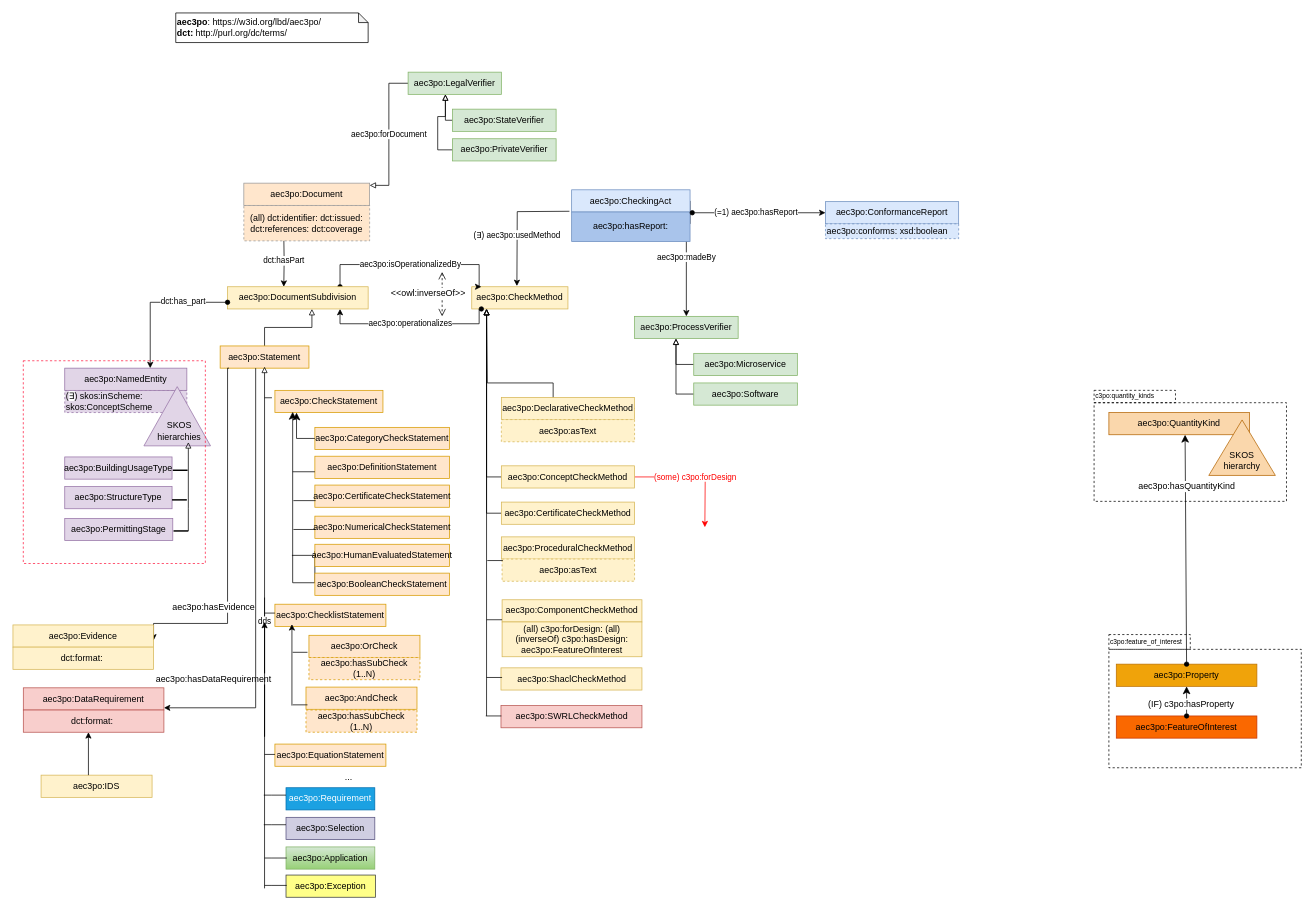
The draw.io diagram page "aec3po" (1 of 14) of resources/aec3po.drawio in Accord-Project/aec3po, before the edit. Source tidied: cells renumbered, new cells numbered last; positions are measured from the earlier drawing's top-left corner, leaving out a move shared by most shapes. Both pictures are drawn from the tidied source at 74%, with x=0, y=0 at pixel (13, 13).
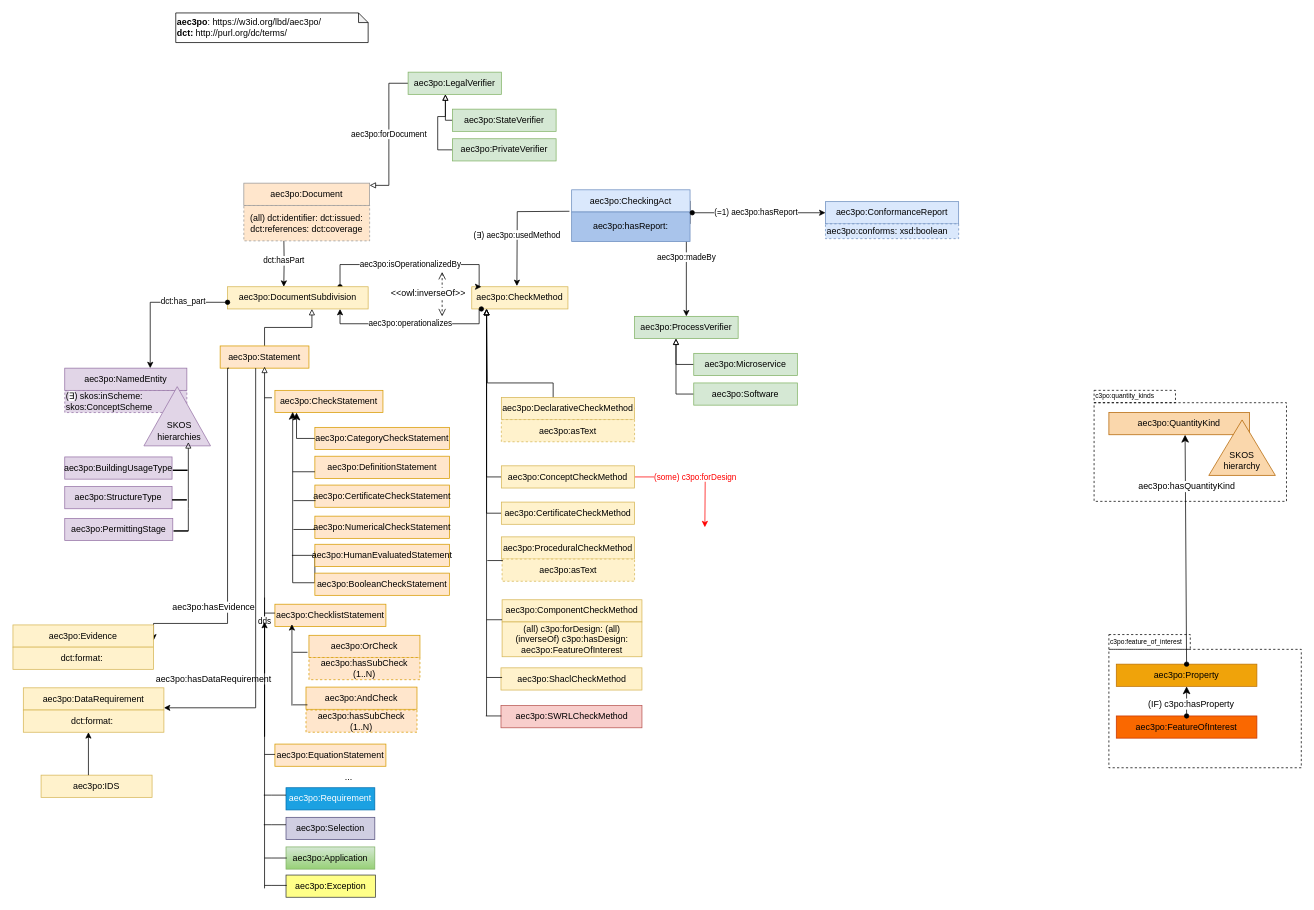
Above is the later version.

Diff of the diagram source:
```diff
@@
-    <mxCell id="108" value="aec3po:DataRequirement" style="rounded=0;whiteSpace=wrap;html=1;snapToPoint=1;points=[[0.1,0],[0.2,0],[0.3,0],[0.4,0],[0.5,0],[0.6,0],[0.7,0],[0.8,0],[0.9,0],[0,0.1],[0,0.3],[0,0.5],[0,0.7],[0,0.9],[0.1,1],[0.2,1],[0.3,1],[0.4,1],[0.5,1],[0.6,1],[0.7,1],[0.8,1],[0.9,1],[1,0.1],[1,0.3],[1,0.5],[1,0.7],[1,0.9]];fillColor=#f8cecc;strokeColor=#b85450;" parent="1" vertex="1">
+    <mxCell id="108" value="aec3po:DataRequirement" style="rounded=0;whiteSpace=wrap;html=1;snapToPoint=1;points=[[0.1,0],[0.2,0],[0.3,0],[0.4,0],[0.5,0],[0.6,0],[0.7,0],[0.8,0],[0.9,0],[0,0.1],[0,0.3],[0,0.5],[0,0.7],[0,0.9],[0.1,1],[0.2,1],[0.3,1],[0.4,1],[0.5,1],[0.6,1],[0.7,1],[0.8,1],[0.9,1],[1,0.1],[1,0.3],[1,0.5],[1,0.7],[1,0.9]];fillColor=#fff2cc;strokeColor=#d6b656;" parent="1" vertex="1">
       <mxGeometry x="14" y="912" width="190" height="30" as="geometry" />
     </mxCell>
-    <mxCell id="109" value="dct:format:&amp;nbsp;" style="rounded=0;whiteSpace=wrap;html=1;fillColor=#f8cecc;strokeColor=#b85450;" parent="1" vertex="1">
+    <mxCell id="109" value="dct:format:&amp;nbsp;" style="rounded=0;whiteSpace=wrap;html=1;fillColor=#fff2cc;strokeColor=#d6b656;" parent="1" vertex="1">
       <mxGeometry x="14" y="942" width="190" height="30" as="geometry" />
     </mxCell>
@@
-    <mxCell id="121" style="rounded=0;whiteSpace=wrap;html=1;fontSize=9;fillColor=none;dashed=1;strokeColor=#FF1C42;" parent="1" vertex="1">
-      <mxGeometry x="14" y="470" width="246" height="274" as="geometry" />
-    </mxCell>
```
